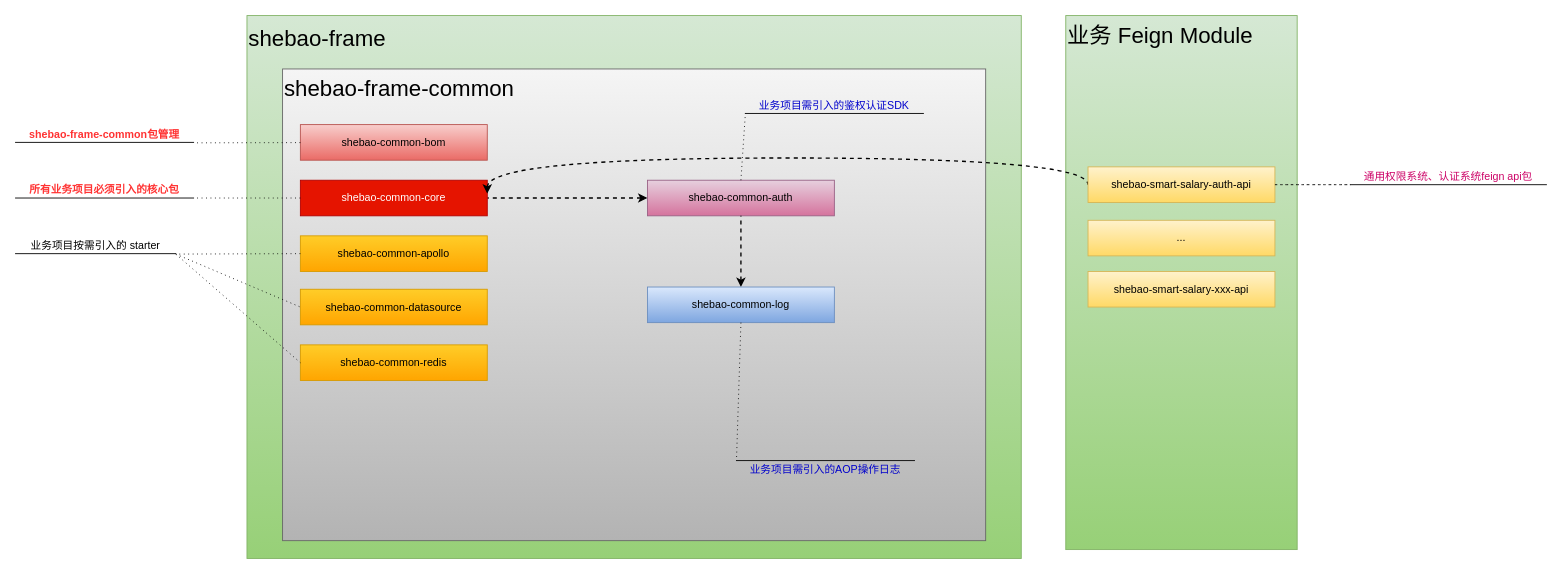
Before: frame-common-lib.drawio in rexlin600/diagrams, a draw.io diagram. Source tidied: cells renumbered, new cells numbered last; positions are measured from the earlier drawing's top-left corner, leaving out a move shared by most shapes. Both pictures are drawn from the tidied source at 89%, with x=0, y=0 at pixel (15, 15).
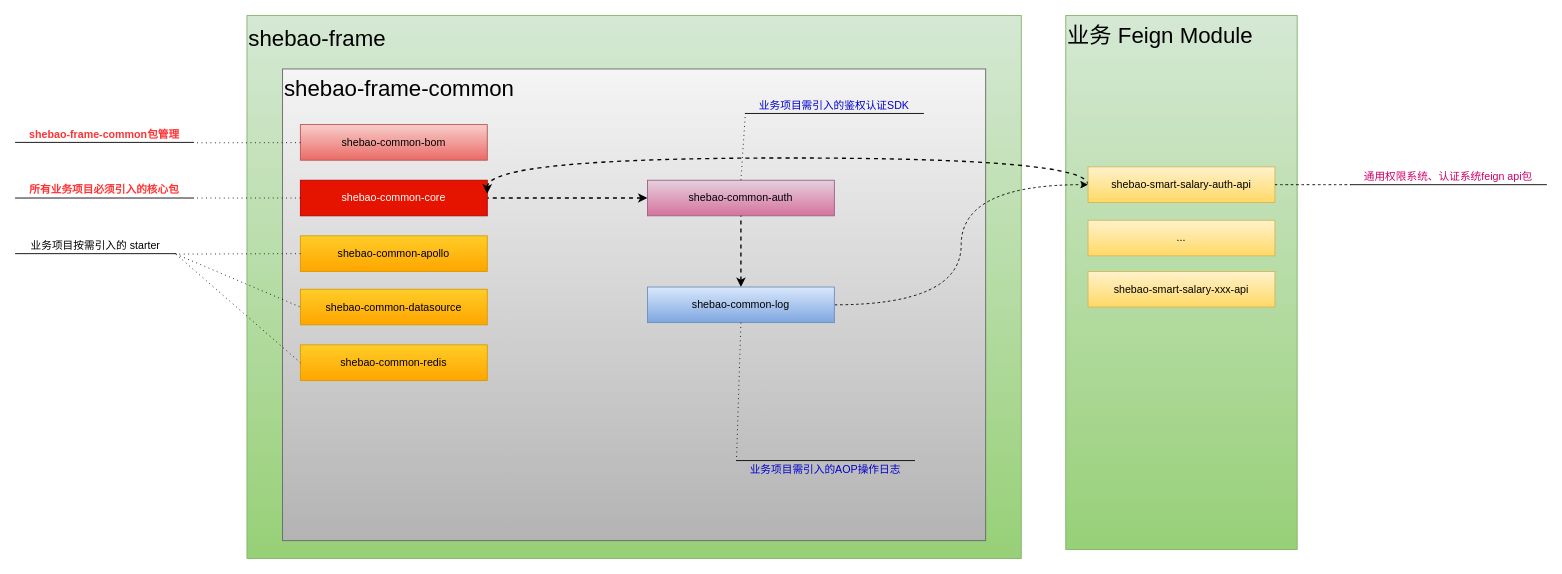
The same page after the edit.

The change refers to these unchanged cells:
```xml
<mxCell id="14" value="shebao-common-log" style="rounded=0;whiteSpace=wrap;html=1;fillColor=#dae8fc;strokeColor=#6c8ebf;gradientColor=#7ea6e0;" parent="1" vertex="1">
  <mxGeometry x="710" y="305" width="210" height="40" as="geometry" />
</mxCell>
<mxCell id="15" value="shebao-smart-salary-auth-api" style="rounded=0;whiteSpace=wrap;html=1;fillColor=#fff2cc;strokeColor=#d6b656;gradientColor=#ffd966;" parent="1" vertex="1">
  <mxGeometry x="1205" y="170" width="210" height="40" as="geometry" />
</mxCell>
```

Diff of the diagram source:
```diff
@@
+    <mxCell id="32" style="edgeStyle=orthogonalEdgeStyle;rounded=0;jettySize=auto;html=1;entryX=0;entryY=0.5;entryDx=0;entryDy=0;curved=1;dashed=1;" parent="1" edge="1" source="14" target="15">
+      <mxGeometry relative="1" as="geometry" />
+    </mxCell>
```
